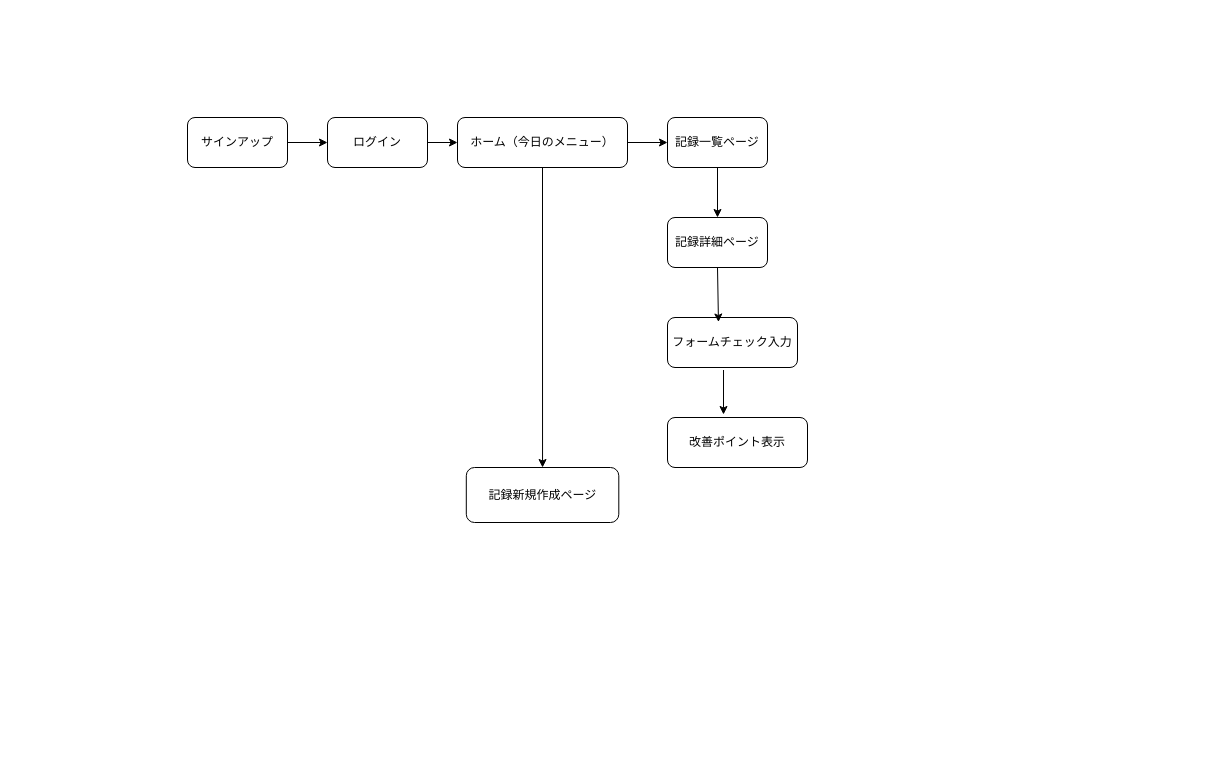
ryouma21/bench_app keeps this draw.io diagram as page "ページ2" (1 of 4) of er.dio. Above is the earlier version. Source tidied: cells renumbered, new cells numbered last; positions are measured from the earlier drawing's top-left corner, leaving out a move shared by most shapes. Both pictures are drawn from the tidied source at 100%, with x=0, y=0 at pixel (187, 37).
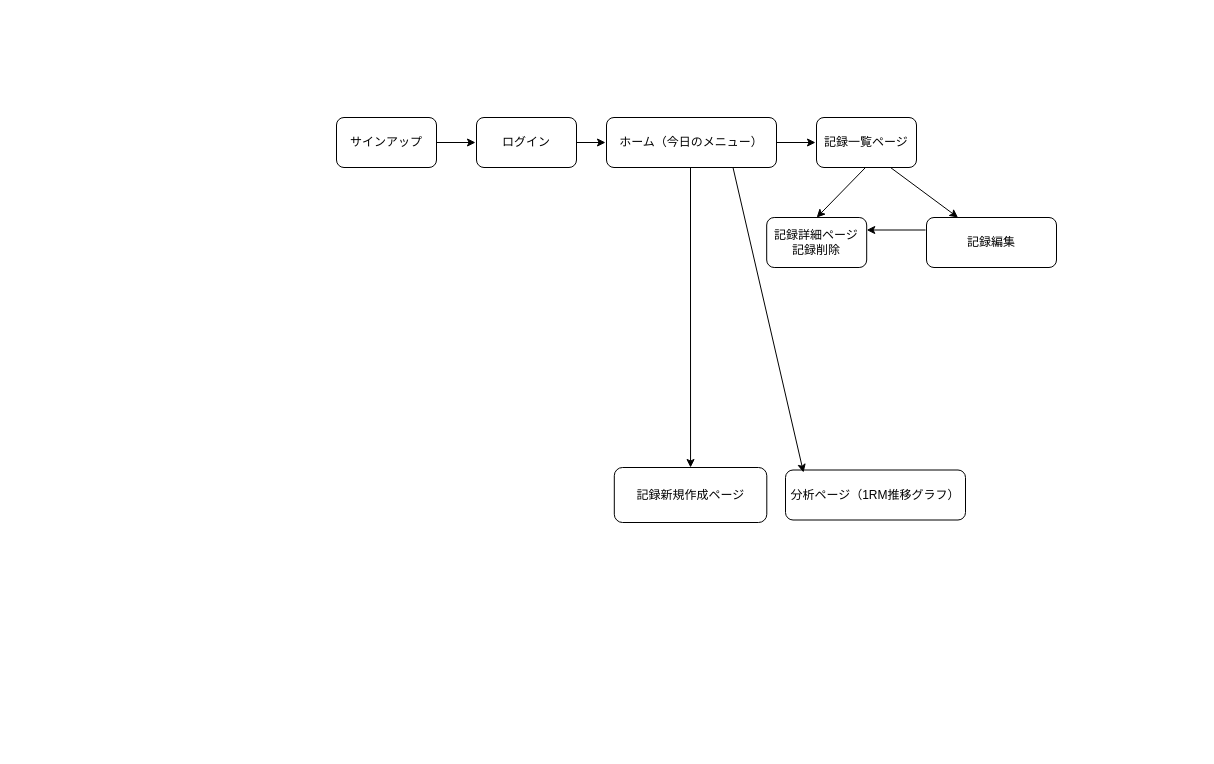
After the change.

What changed in the source:
```diff
@@
-    <mxCell id="2" style="edgeStyle=none;html=1;exitX=1;exitY=0.5;exitDx=0;exitDy=0;entryX=0;entryY=0.5;entryDx=0;entryDy=0;" parent="1" edge="1" source="3" target="5">
-      <mxGeometry relative="1" as="geometry" />
+    <mxCell id="2" style="edgeStyle=none;html=1;exitX=1;exitY=0.5;exitDx=0;exitDy=0;entryX=0;entryY=0.5;entryDx=0;entryDy=0;" parent="1" edge="1">
+      <mxGeometry relative="1" as="geometry">
+        <mxPoint x="248" y="105" as="sourcePoint" />
+        <mxPoint x="288" y="105" as="targetPoint" />
+      </mxGeometry>
     </mxCell>
     <mxCell id="3" value="サインアップ" style="rounded=1;whiteSpace=wrap;html=1;" parent="1" vertex="1">
-      <mxGeometry y="80" width="100" height="50" as="geometry" />
+      <mxGeometry x="149" y="80" width="100" height="50" as="geometry" />
     </mxCell>
-    <mxCell id="4" style="edgeStyle=none;html=1;exitX=1;exitY=0.5;exitDx=0;exitDy=0;entryX=0;entryY=0.5;entryDx=0;entryDy=0;" parent="1" edge="1" source="5" target="8">
-      <mxGeometry relative="1" as="geometry" />
+    <mxCell id="4" style="edgeStyle=none;html=1;exitX=1;exitY=0.5;exitDx=0;exitDy=0;entryX=0;entryY=0.5;entryDx=0;entryDy=0;" parent="1" edge="1">
+      <mxGeometry relative="1" as="geometry">
+        <mxPoint x="388" y="105" as="sourcePoint" />
+        <mxPoint x="418" y="105" as="targetPoint" />
+      </mxGeometry>
     </mxCell>
     <mxCell id="5" value="ログイン" style="rounded=1;whiteSpace=wrap;html=1;" parent="1" vertex="1">
-      <mxGeometry x="140" y="80" width="100" height="50" as="geometry" />
+      <mxGeometry x="289" y="80" width="100" height="50" as="geometry" />
     </mxCell>
-    <mxCell id="6" style="edgeStyle=none;html=1;exitX=1;exitY=0.5;exitDx=0;exitDy=0;entryX=0;entryY=0.5;entryDx=0;entryDy=0;" parent="1" edge="1" source="8" target="10">
-      <mxGeometry relative="1" as="geometry" />
+    <mxCell id="6" style="edgeStyle=none;html=1;exitX=1;exitY=0.5;exitDx=0;exitDy=0;entryX=0;entryY=0.5;entryDx=0;entryDy=0;" parent="1" edge="1">
+      <mxGeometry relative="1" as="geometry">
+        <mxPoint x="588" y="105" as="sourcePoint" />
+        <mxPoint x="628" y="105" as="targetPoint" />
+      </mxGeometry>
     </mxCell>
-    <mxCell id="7" style="edgeStyle=none;html=1;exitX=0.5;exitY=1;exitDx=0;exitDy=0;entryX=0.5;entryY=0;entryDx=0;entryDy=0;" parent="1" edge="1" source="8" target="15">
-      <mxGeometry relative="1" as="geometry" />
+    <mxCell id="7" style="edgeStyle=none;html=1;exitX=0.5;exitY=1;exitDx=0;exitDy=0;entryX=0.5;entryY=0;entryDx=0;entryDy=0;" parent="1" edge="1" target="15">
+      <mxGeometry relative="1" as="geometry">
+        <mxPoint x="503" y="130" as="sourcePoint" />
+      </mxGeometry>
     </mxCell>
     <mxCell id="8" value="ホーム（今日のメニュー）" style="rounded=1;whiteSpace=wrap;html=1;" parent="1" vertex="1">
-      <mxGeometry x="270" y="80" width="170" height="50" as="geometry" />
+      <mxGeometry x="419" y="80" width="170" height="50" as="geometry" />
     </mxCell>
-    <mxCell id="9" style="edgeStyle=none;html=1;exitX=0.5;exitY=1;exitDx=0;exitDy=0;entryX=0.5;entryY=0;entryDx=0;entryDy=0;" parent="1" edge="1" source="10" target="11">
-      <mxGeometry relative="1" as="geometry" />
+    <mxCell id="9" style="edgeStyle=none;html=1;exitX=0.5;exitY=1;exitDx=0;exitDy=0;entryX=0.5;entryY=0;entryDx=0;entryDy=0;" parent="1" edge="1" target="11">
+      <mxGeometry relative="1" as="geometry">
+        <mxPoint x="678" y="130" as="sourcePoint" />
+      </mxGeometry>
     </mxCell>
+    <mxCell id="19" style="edgeStyle=none;html=1;exitX=0.75;exitY=1;exitDx=0;exitDy=0;entryX=0.25;entryY=0;entryDx=0;entryDy=0;" parent="1" edge="1">
+      <mxGeometry relative="1" as="geometry">
+        <mxPoint x="703" y="130" as="sourcePoint" />
+        <mxPoint x="770.5" y="180" as="targetPoint" />
+      </mxGeometry>
+    </mxCell>
     <mxCell id="10" value="記録一覧ページ" style="rounded=1;whiteSpace=wrap;html=1;" parent="1" vertex="1">
-      <mxGeometry x="480" y="80" width="100" height="50" as="geometry" />
+      <mxGeometry x="629" y="80" width="100" height="50" as="geometry" />
     </mxCell>
-    <mxCell id="11" value="記録詳細ページ" style="rounded=1;whiteSpace=wrap;html=1;" parent="1" vertex="1">
-      <mxGeometry x="480" y="180" width="100" height="50" as="geometry" />
+    <mxCell id="11" value="記録詳細ページ&lt;br&gt;&lt;span style=&quot;color: rgb(0, 0, 0);&quot;&gt;記録削除&lt;/span&gt;" style="rounded=1;whiteSpace=wrap;html=1;" parent="1" vertex="1">
+      <mxGeometry x="579.2" y="180" width="100" height="50" as="geometry" />
     </mxCell>
-    <mxCell id="12" style="edgeStyle=none;html=1;exitX=0.431;exitY=1.05;exitDx=0;exitDy=0;exitPerimeter=0;" parent="1" edge="1" source="13">
-      <mxGeometry relative="1" as="geometry">
-        <mxPoint x="536" y="377" as="targetPoint" />
-      </mxGeometry>
-    </mxCell>
+    <mxCell id="20" style="edgeStyle=none;html=1;exitX=0;exitY=0.25;exitDx=0;exitDy=0;entryX=1;entryY=0.25;entryDx=0;entryDy=0;" parent="1" edge="1" target="11">
+      <mxGeometry relative="1" as="geometry">
+        <mxPoint x="738" y="192.5" as="sourcePoint" />
+      </mxGeometry>
+    </mxCell>
-    <mxCell id="13" value="フォームチェック入力" style="rounded=1;whiteSpace=wrap;html=1;" parent="1" vertex="1">
-      <mxGeometry x="480" y="280" width="130" height="50" as="geometry" />
+    <mxCell id="13" value="記録編集" style="rounded=1;whiteSpace=wrap;html=1;" parent="1" vertex="1">
+      <mxGeometry x="739" y="180" width="130" height="50" as="geometry" />
     </mxCell>
-    <mxCell id="14" value="改善ポイント表示" style="rounded=1;whiteSpace=wrap;html=1;" parent="1" vertex="1">
-      <mxGeometry x="480" y="380" width="140" height="50" as="geometry" />
+    <mxCell id="14" value="分析ページ（1RM推移グラフ）" style="rounded=1;whiteSpace=wrap;html=1;" parent="1" vertex="1">
+      <mxGeometry x="598" y="432.5" width="180" height="50" as="geometry" />
     </mxCell>
     <mxCell id="15" value="記録新規作成ページ" style="rounded=1;whiteSpace=wrap;html=1;" parent="1" vertex="1">
-      <mxGeometry x="278.8" y="430" width="152.5" height="55" as="geometry" />
+      <mxGeometry x="426.8" y="430" width="152.5" height="55" as="geometry" />
     </mxCell>
-    <mxCell id="16" style="edgeStyle=none;html=1;exitX=0.5;exitY=1;exitDx=0;exitDy=0;entryX=0.392;entryY=0.09;entryDx=0;entryDy=0;entryPerimeter=0;" parent="1" edge="1" source="11" target="13">
-      <mxGeometry relative="1" as="geometry" />
-    </mxCell>
     <mxCell id="17" style="rounded=0;whiteSpace=wrap;html=1;fillColor=none;strokeColor=none;" parent="1" vertex="1">
-      <mxGeometry width="730" height="60" as="geometry" />
+      <mxGeometry x="-1" y="-20" width="730" height="60" as="geometry" />
     </mxCell>
     <mxCell id="18" style="rounded=0;whiteSpace=wrap;html=1;fillColor=none;strokeColor=none;" parent="1" vertex="1">
-      <mxGeometry x="630" y="110" width="120" height="520" as="geometry" />
+      <mxGeometry x="890" y="90" width="120" height="520" as="geometry" />
     </mxCell>
+    <mxCell id="21" style="edgeStyle=none;html=1;exitX=0.75;exitY=1;exitDx=0;exitDy=0;entryX=0.1;entryY=0.05;entryDx=0;entryDy=0;entryPerimeter=0;" parent="1" edge="1" target="14">
+      <mxGeometry relative="1" as="geometry">
+        <mxPoint x="545.5" y="130" as="sourcePoint" />
+      </mxGeometry>
+    </mxCell>
+    <mxCell id="22" style="rounded=0;whiteSpace=wrap;html=1;fillColor=none;strokeColor=none;" parent="1" vertex="1">
+      <mxGeometry x="890" y="110" width="120" height="520" as="geometry" />
+    </mxCell>
+    <mxCell id="23" style="rounded=0;whiteSpace=wrap;html=1;fillColor=none;strokeColor=none;" parent="1" vertex="1">
+      <mxGeometry x="40" width="730" height="60" as="geometry" />
+    </mxCell>
+    <mxCell id="24" style="rounded=0;whiteSpace=wrap;html=1;fillColor=none;strokeColor=none;" parent="1" vertex="1">
+      <mxGeometry x="160" y="650" width="730" height="60" as="geometry" />
+    </mxCell>
+    <mxCell id="25" style="rounded=0;whiteSpace=wrap;html=1;fillColor=none;strokeColor=none;" parent="1" vertex="1">
+      <mxGeometry x="-170" y="80" width="290" height="560" as="geometry" />
+    </mxCell>
+    <mxCell id="26" style="rounded=0;whiteSpace=wrap;html=1;fillColor=none;strokeColor=none;" parent="1" vertex="1">
+      <mxGeometry x="70" y="30" width="730" height="60" as="geometry" />
+    </mxCell>
```
